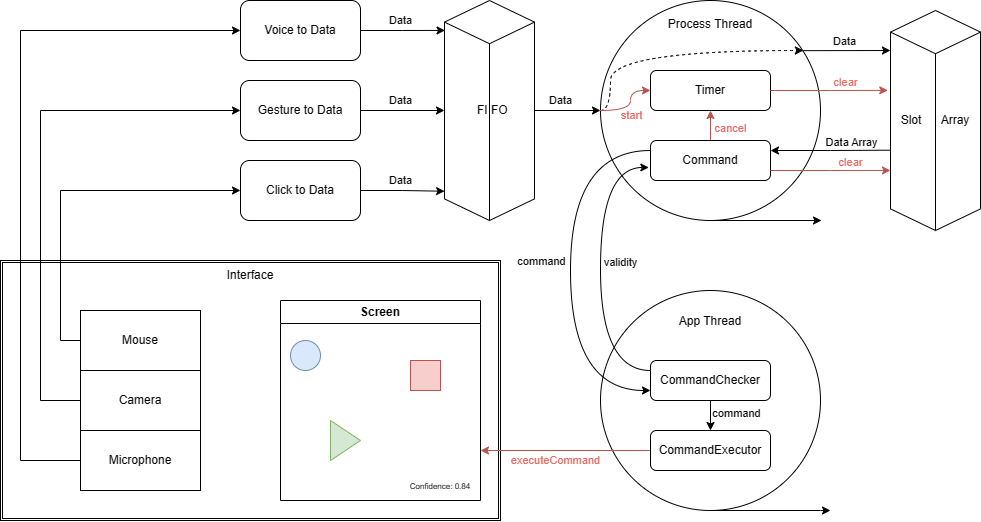
This is assets/main_diagram.png from ConstantRoux/multimodal-fusion, a draw.io export, as it was before one commit. Source tidied: cells renumbered, new cells last; positions are measured from the earlier drawing's top-left corner, leaving out a move shared by most shapes.
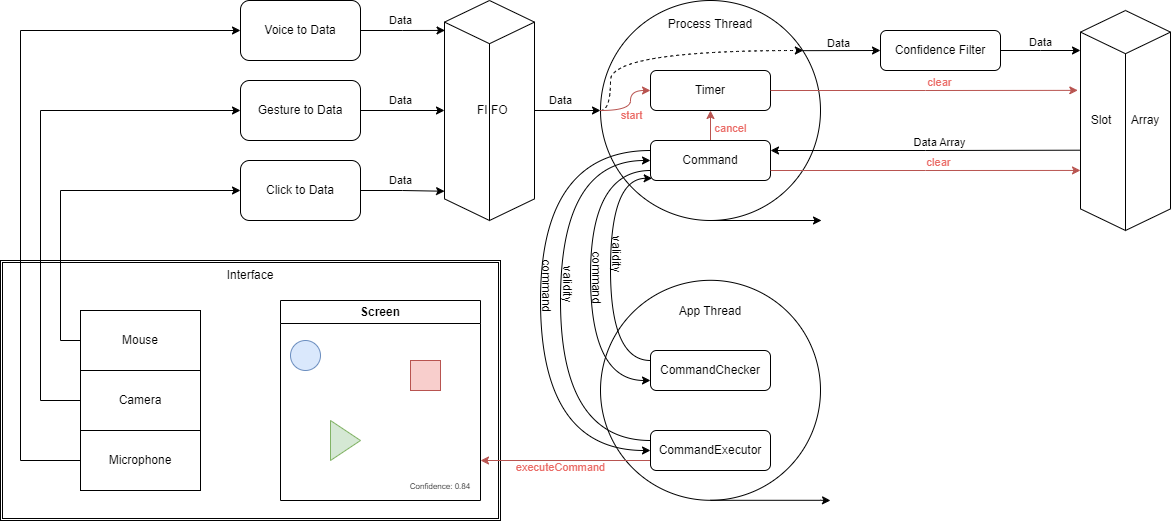
Above is the later version.

Commit message:
Update confidence management

The edit, as a diff of the source:
```diff
@@ -65,7 +65,7 @@
       <mxGeometry x="120" y="170" width="80" height="30" as="geometry" />
     </mxCell>
     <mxCell id="20" value="Slot&amp;nbsp; &amp;nbsp; &amp;nbsp; Array" style="html=1;whiteSpace=wrap;shape=isoCube2;backgroundOutline=1;isoAngle=15;" parent="1" vertex="1">
-      <mxGeometry x="890" y="10" width="90" height="220" as="geometry" />
+      <mxGeometry x="1080" y="10" width="90" height="220" as="geometry" />
     </mxCell>
     <mxCell id="21" value="Process Thread&lt;br&gt;&lt;br&gt;&lt;br&gt;&lt;br&gt;&lt;br&gt;&lt;br&gt;&lt;br&gt;&lt;br&gt;&lt;br&gt;&lt;br&gt;&lt;br&gt;&lt;br&gt;&lt;br&gt;" style="shape=tapeData;whiteSpace=wrap;html=1;perimeter=ellipsePerimeter;" parent="1" vertex="1">
       <mxGeometry x="600" width="220" height="220" as="geometry" />
@@ -76,14 +76,12 @@
         <mxPoint x="821" y="220" as="targetPoint" />
       </mxGeometry>
     </mxCell>
-    <mxCell id="23" style="endArrow=classic;html=1;rounded=0;exitX=0.92;exitY=0.228;exitDx=0;exitDy=0;exitPerimeter=0;" parent="1" edge="1" source="21">
-      <mxGeometry relative="1" as="geometry">
-        <mxPoint x="890" y="50" as="targetPoint" />
-      </mxGeometry>
+    <mxCell id="23" style="endArrow=classic;html=1;rounded=0;exitX=0.92;exitY=0.228;exitDx=0;exitDy=0;exitPerimeter=0;entryX=0;entryY=0.5;entryDx=0;entryDy=0;" parent="1" edge="1" source="21" target="60">
+      <mxGeometry relative="1" as="geometry" />
     </mxCell>
     <mxCell id="24" value="Data" style="edgeLabel;html=1;align=center;verticalAlign=middle;" parent="23" vertex="1">
       <mxGeometry x="-0.06" relative="1" as="geometry">
-        <mxPoint y="-10" as="offset" />
+        <mxPoint x="-1" y="-8" as="offset" />
       </mxGeometry>
     </mxCell>
     <mxCell id="25" style="edgeStyle=orthogonalEdgeStyle;rounded=0;jettySize=auto;html=1;exitX=0.5;exitY=0;exitDx=0;exitDy=0;entryX=0.5;entryY=1;entryDx=0;entryDy=0;fillColor=#f8cecc;strokeColor=#b85450;" parent="1" edge="1" source="27" target="31">
@@ -107,12 +105,12 @@
       </mxGeometry>
     </mxCell>
     <mxCell id="29" value="App Thread&lt;br&gt;&lt;br&gt;&lt;br&gt;&lt;br&gt;&lt;br&gt;&lt;br&gt;&lt;br&gt;&lt;br&gt;&lt;br&gt;&lt;br&gt;&lt;br&gt;&lt;br&gt;" style="shape=tapeData;whiteSpace=wrap;html=1;perimeter=ellipsePerimeter;" parent="1" vertex="1">
-      <mxGeometry x="600" y="290" width="220" height="220" as="geometry" />
+      <mxGeometry x="600" y="279.8" width="220" height="220" as="geometry" />
     </mxCell>
     <mxCell id="30" style="endArrow=classic;html=1;rounded=0;" parent="1" edge="1">
       <mxGeometry relative="1" as="geometry">
-        <mxPoint x="820" y="510" as="sourcePoint" />
-        <mxPoint x="830" y="510" as="targetPoint" />
+        <mxPoint x="820" y="499.8" as="sourcePoint" />
+        <mxPoint x="830" y="500" as="targetPoint" />
       </mxGeometry>
     </mxCell>
     <mxCell id="31" value="Timer" style="rounded=1;whiteSpace=wrap;html=1;" parent="1" vertex="1">
@@ -123,7 +121,7 @@
     </mxCell>
     <mxCell id="33" value="&lt;font color=&quot;#ea6b66&quot;&gt;clear&lt;/font&gt;" style="edgeLabel;html=1;align=center;verticalAlign=middle;" parent="32" vertex="1">
       <mxGeometry x="0.02" y="-1" relative="1" as="geometry">
-        <mxPoint x="15" y="-9" as="offset" />
+        <mxPoint x="11" y="-9" as="offset" />
       </mxGeometry>
     </mxCell>
     <mxCell id="34" style="edgeStyle=orthogonalEdgeStyle;rounded=0;jettySize=auto;html=1;exitX=0;exitY=0.5;exitDx=0;exitDy=0;entryX=0;entryY=0.5;entryDx=0;entryDy=0;curved=1;fillColor=#f8cecc;strokeColor=#b85450;" parent="1" edge="1" source="21" target="31">
@@ -144,7 +142,7 @@
     </mxCell>
     <mxCell id="37" value="Data Array" style="edgeLabel;html=1;align=center;verticalAlign=middle;" parent="36" vertex="1">
       <mxGeometry x="0.05" y="-1" relative="1" as="geometry">
-        <mxPoint x="18" y="-9" as="offset" />
+        <mxPoint x="7" y="-9" as="offset" />
       </mxGeometry>
     </mxCell>
     <mxCell id="38" style="edgeStyle=orthogonalEdgeStyle;rounded=0;jettySize=auto;html=1;exitX=1;exitY=0.75;exitDx=0;exitDy=0;entryX=0;entryY=0.727;entryDx=0;entryDy=0;entryPerimeter=0;fillColor=#f8cecc;strokeColor=#b85450;" parent="1" edge="1" source="27" target="20">
@@ -152,57 +150,60 @@
     </mxCell>
     <mxCell id="39" value="&lt;font color=&quot;#ea6b66&quot;&gt;clear&lt;/font&gt;" style="edgeLabel;html=1;align=center;verticalAlign=middle;" parent="38" vertex="1">
       <mxGeometry x="0.18" y="-1" relative="1" as="geometry">
-        <mxPoint x="9" y="-9" as="offset" />
+        <mxPoint x="-16" y="-9" as="offset" />
       </mxGeometry>
     </mxCell>
-    <mxCell id="40" style="edgeStyle=orthogonalEdgeStyle;rounded=0;jettySize=auto;html=1;exitX=0.5;exitY=1;exitDx=0;exitDy=0;entryX=0.5;entryY=0;entryDx=0;entryDy=0;" parent="1" edge="1" source="42" target="45">
-      <mxGeometry relative="1" as="geometry" />
-    </mxCell>
-    <mxCell id="41" value="command" style="edgeLabel;html=1;align=center;verticalAlign=middle;" parent="40" vertex="1">
-      <mxGeometry x="-0.37" y="1" relative="1" as="geometry">
-        <mxPoint x="25" y="3" as="offset" />
-      </mxGeometry>
-    </mxCell>
+    <mxCell id="56" style="edgeStyle=orthogonalEdgeStyle;rounded=0;jettySize=auto;html=1;exitX=0;exitY=0.25;exitDx=0;exitDy=0;entryX=0.014;entryY=0.945;entryDx=0;entryDy=0;curved=1;entryPerimeter=0;" parent="1" edge="1" source="42" target="27">
+      <mxGeometry relative="1" as="geometry">
+        <Array as="points">
+          <mxPoint x="610" y="360" />
+          <mxPoint x="610" y="178" />
+        </Array>
+      </mxGeometry>
+    </mxCell>
+    <mxCell id="57" style="edgeStyle=orthogonalEdgeStyle;rounded=0;jettySize=auto;html=1;exitX=0;exitY=0.75;exitDx=0;exitDy=0;entryX=0;entryY=0.75;entryDx=0;entryDy=0;curved=1;endArrow=none;endFill=0;startArrow=classic;startFill=1;" parent="1" edge="1" source="42" target="27">
+      <mxGeometry relative="1" as="geometry">
+        <Array as="points">
+          <mxPoint x="590" y="380" />
+          <mxPoint x="590" y="170" />
+        </Array>
+      </mxGeometry>
+    </mxCell>
     <mxCell id="42" value="CommandChecker" style="rounded=1;whiteSpace=wrap;html=1;" parent="1" vertex="1">
-      <mxGeometry x="650" y="360" width="120" height="40" as="geometry" />
+      <mxGeometry x="650" y="350" width="120" height="40" as="geometry" />
     </mxCell>
-    <mxCell id="43" style="edgeStyle=orthogonalEdgeStyle;rounded=0;jettySize=auto;html=1;entryX=1;entryY=0.75;entryDx=0;entryDy=0;fillColor=#f8cecc;strokeColor=#b85450;" parent="1" edge="1" source="45" target="15">
-      <mxGeometry relative="1" as="geometry" />
+    <mxCell id="43" style="edgeStyle=orthogonalEdgeStyle;rounded=0;jettySize=auto;html=1;fillColor=#f8cecc;strokeColor=#b85450;exitX=0;exitY=0.75;exitDx=0;exitDy=0;" parent="1" edge="1" source="45">
+      <mxGeometry relative="1" as="geometry">
+        <mxPoint x="480" y="460" as="targetPoint" />
+        <Array as="points">
+          <mxPoint x="480" y="460" />
+        </Array>
+      </mxGeometry>
     </mxCell>
     <mxCell id="44" value="&lt;font color=&quot;#ea6b66&quot;&gt;executeCommand&lt;/font&gt;" style="edgeLabel;html=1;align=center;verticalAlign=middle;" parent="43" vertex="1">
       <mxGeometry x="0.29" relative="1" as="geometry">
-        <mxPoint x="14" y="10" as="offset" />
+        <mxPoint x="19" y="7" as="offset" />
       </mxGeometry>
     </mxCell>
+    <mxCell id="58" style="edgeStyle=orthogonalEdgeStyle;rounded=0;jettySize=auto;html=1;exitX=0;exitY=0.25;exitDx=0;exitDy=0;entryX=0;entryY=0.5;entryDx=0;entryDy=0;curved=1;" parent="1" edge="1" source="45" target="27">
+      <mxGeometry relative="1" as="geometry">
+        <Array as="points">
+          <mxPoint x="560" y="440" />
+          <mxPoint x="560" y="160" />
+        </Array>
+      </mxGeometry>
+    </mxCell>
+    <mxCell id="59" style="edgeStyle=orthogonalEdgeStyle;rounded=0;jettySize=auto;html=1;exitX=0;exitY=0.5;exitDx=0;exitDy=0;entryX=0;entryY=0.25;entryDx=0;entryDy=0;curved=1;endArrow=none;endFill=0;startArrow=classic;startFill=1;" parent="1" edge="1" source="45" target="27">
+      <mxGeometry relative="1" as="geometry">
+        <Array as="points">
+          <mxPoint x="540" y="450" />
+          <mxPoint x="540" y="150" />
+        </Array>
+      </mxGeometry>
+    </mxCell>
     <mxCell id="45" value="CommandExecutor" style="rounded=1;whiteSpace=wrap;html=1;" parent="1" vertex="1">
       <mxGeometry x="650" y="430" width="120" height="40" as="geometry" />
     </mxCell>
-    <mxCell id="46" style="edgeStyle=orthogonalEdgeStyle;rounded=0;jettySize=auto;html=1;entryX=0;entryY=0.75;entryDx=0;entryDy=0;exitX=0;exitY=0.25;exitDx=0;exitDy=0;curved=1;" parent="1" edge="1" source="27" target="42">
-      <mxGeometry relative="1" as="geometry">
-        <Array as="points">
-          <mxPoint x="570" y="150" />
-          <mxPoint x="570" y="390" />
-        </Array>
-      </mxGeometry>
-    </mxCell>
-    <mxCell id="47" value="command" style="edgeLabel;html=1;align=center;verticalAlign=middle;" parent="46" vertex="1">
-      <mxGeometry x="0.02" relative="1" as="geometry">
-        <mxPoint x="-29" y="-13" as="offset" />
-      </mxGeometry>
-    </mxCell>
-    <mxCell id="48" style="edgeStyle=orthogonalEdgeStyle;rounded=0;jettySize=auto;html=1;exitX=0;exitY=0.25;exitDx=0;exitDy=0;entryX=-0.014;entryY=0.674;entryDx=0;entryDy=0;entryPerimeter=0;curved=1;" parent="1" edge="1" source="42" target="27">
-      <mxGeometry relative="1" as="geometry">
-        <Array as="points">
-          <mxPoint x="600" y="370" />
-          <mxPoint x="600" y="167" />
-        </Array>
-      </mxGeometry>
-    </mxCell>
-    <mxCell id="49" value="validity" style="edgeLabel;html=1;align=center;verticalAlign=middle;" parent="48" vertex="1">
-      <mxGeometry x="0.05" y="2" relative="1" as="geometry">
-        <mxPoint x="22" as="offset" />
-      </mxGeometry>
-    </mxCell>
     <mxCell id="50" style="edgeStyle=orthogonalEdgeStyle;rounded=0;jettySize=auto;html=1;entryX=0;entryY=0.5;entryDx=0;entryDy=0;" parent="1" edge="1" source="51" target="5">
       <mxGeometry relative="1" as="geometry">
         <Array as="points">
@@ -236,5 +237,28 @@
     <mxCell id="55" value="Microphone" style="rounded=0;whiteSpace=wrap;html=1;" parent="1" vertex="1">
       <mxGeometry x="80" y="430" width="120" height="60" as="geometry" />
     </mxCell>
+    <mxCell id="60" value="Confidence Filter" style="rounded=1;whiteSpace=wrap;html=1;" parent="1" vertex="1">
+      <mxGeometry x="880" y="30" width="120" height="40" as="geometry" />
+    </mxCell>
+    <mxCell id="61" style="edgeStyle=orthogonalEdgeStyle;rounded=0;jettySize=auto;html=1;" parent="1" edge="1" source="60">
+      <mxGeometry relative="1" as="geometry">
+        <mxPoint x="1080" y="50" as="targetPoint" />
+      </mxGeometry>
+    </mxCell>
+    <mxCell id="62" value="Data" style="edgeLabel;html=1;align=center;verticalAlign=middle;" parent="1" vertex="1">
+      <mxGeometry x="1040" y="42" as="geometry" />
+    </mxCell>
+    <mxCell id="63" value="validity" style="text;html=1;align=center;verticalAlign=middle;strokeColor=none;fillColor=none;rotation=90;" parent="1" vertex="1">
+      <mxGeometry x="586" y="238.8" width="60" height="30" as="geometry" />
+    </mxCell>
+    <mxCell id="64" value="validity" style="text;html=1;align=center;verticalAlign=middle;strokeColor=none;fillColor=none;rotation=90;" parent="1" vertex="1">
+      <mxGeometry x="537" y="268.8" width="60" height="30" as="geometry" />
+    </mxCell>
+    <mxCell id="65" value="command" style="text;html=1;align=center;verticalAlign=middle;strokeColor=none;fillColor=none;rotation=90;" parent="1" vertex="1">
+      <mxGeometry x="556" y="261.8" width="80" height="30" as="geometry" />
+    </mxCell>
+    <mxCell id="66" value="command" style="text;html=1;align=center;verticalAlign=middle;strokeColor=none;fillColor=none;rotation=90;" parent="1" vertex="1">
+      <mxGeometry x="506" y="270" width="80" height="30" as="geometry" />
+    </mxCell>
   </root>
 </mxGraphModel>
```
